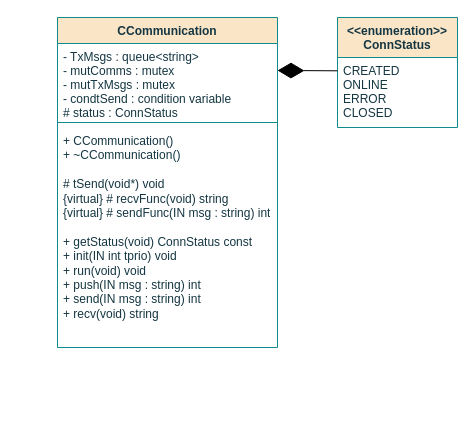
This is page "Class" (1 of 8) of documentation/flowcharts/02Classes/CCommunication.drawio from ESRGgroup9/slipad, a draw.io file, before an edit. Source tidied: cells renumbered, new cells numbered last; positions are measured from the earlier drawing's top-left corner, leaving out a move shared by most shapes. Both pictures are drawn from the tidied source at 100%, with x=0, y=0 at pixel (57, 17).
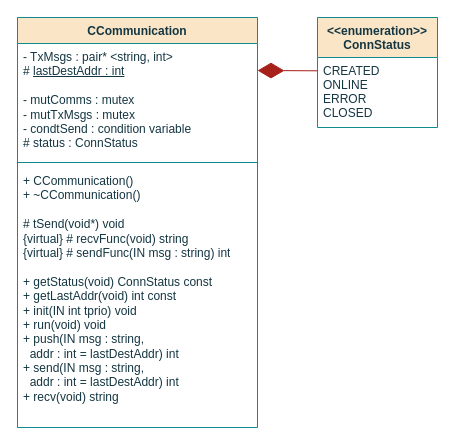
After the change.

What changed in the source:
```diff
@@
 <mxGraphModel>
   <root>
     <mxCell id="0" />
     <mxCell id="1" parent="0" />
     <mxCell id="2" value="CCommunication" style="swimlane;fontStyle=1;align=center;verticalAlign=top;horizontal=1;startSize=26;fillColor=#FAE5C7;strokeColor=#0F8B8D;fontColor=#143642;" parent="1" vertex="1">
-      <mxGeometry width="220" height="330" as="geometry" />
+      <mxGeometry x="-40" width="240" height="410" as="geometry" />
     </mxCell>
-    <mxCell id="3" value="- TxMsgs : queue&lt;string&gt;&#10;-  mutComms : mutex&#10;-  mutTxMsgs : mutex&#10;- condtSend : condition variable&#10;# status : ConnStatus&#10;&#10;&#10;&#10;&#10;&#10;&#10;" style="text;strokeColor=none;fillColor=none;align=left;verticalAlign=top;spacingLeft=4;spacingRight=4;overflow=hidden;fontColor=#143642;" parent="2" vertex="1">
-      <mxGeometry y="26" width="220" height="74" as="geometry" />
+    <mxCell id="3" value="- TxMsgs : pair* &amp;lt;string, int&amp;gt;&lt;br&gt;# &lt;u&gt;lastDestAddr : int&lt;/u&gt;&lt;br&gt;&lt;br&gt;-  mutComms : mutex&lt;br&gt;-  mutTxMsgs : mutex&lt;br&gt;- condtSend : condition variable&lt;br&gt;# status : ConnStatus&lt;br&gt;&lt;br&gt;&lt;br&gt;" style="text;strokeColor=none;fillColor=none;align=left;verticalAlign=top;spacingLeft=4;spacingRight=4;overflow=hidden;fontColor=#143642;html=1;" parent="2" vertex="1">
+      <mxGeometry y="26" width="240" height="114" as="geometry" />
     </mxCell>
     <mxCell id="4" style="line;strokeWidth=1;fillColor=none;align=left;verticalAlign=middle;spacingTop=-1;spacingLeft=3;spacingRight=3;labelPosition=right;labelBackgroundColor=#DAD2D8;strokeColor=#0F8B8D;fontColor=#143642;" parent="2" vertex="1">
-      <mxGeometry y="100" width="220" height="10" as="geometry" />
+      <mxGeometry y="140" width="240" height="10" as="geometry" />
     </mxCell>
-    <mxCell id="5" value="+ CCommunication()&lt;br&gt;+ ~CCommunication()&lt;br&gt;&lt;br&gt;# tSend(void*) void&lt;br&gt;{virtual} # recvFunc(void) string&lt;br&gt;{virtual} # sendFunc(IN msg : string) int&lt;br&gt;&lt;br&gt;+ getStatus(void) ConnStatus const&lt;br&gt;+ init(IN int tprio) void&lt;br&gt;+ run(void) void&lt;br&gt;+ push(IN msg : string) int&lt;br&gt;+ send(IN msg : string) int&lt;br&gt;+ recv(void) string" style="text;strokeColor=none;fillColor=none;align=left;verticalAlign=top;spacingLeft=4;spacingRight=4;overflow=hidden;fontColor=#143642;html=1;" parent="2" vertex="1">
-      <mxGeometry y="110" width="220" height="220" as="geometry" />
+    <mxCell id="5" value="+ CCommunication()&lt;br&gt;+ ~CCommunication()&lt;br&gt;&lt;br&gt;# tSend(void*) void&lt;br&gt;{virtual} # recvFunc(void) string&lt;br&gt;{virtual} # sendFunc(IN msg : string) int&lt;br&gt;&lt;br&gt;&lt;div&gt;+ getStatus(void) ConnStatus const&lt;/div&gt;&lt;div&gt;+ getLastAddr(void) int const&lt;br&gt;&lt;/div&gt;+ init(IN int tprio) void&lt;br&gt;+ run(void) void&lt;br&gt;&lt;div&gt;+ push(IN msg : string, &lt;br&gt;&lt;/div&gt;&lt;div&gt;&lt;span&gt; &lt;/span&gt;&lt;span&gt; &lt;/span&gt;&lt;span style=&quot;white-space: pre&quot;&gt; &lt;/span&gt;&lt;span style=&quot;white-space: pre&quot;&gt; &lt;/span&gt;addr : int = lastDestAddr) int&lt;/div&gt;&lt;div&gt;+ send(IN msg : string,&lt;/div&gt;&lt;div&gt;&lt;span&gt;&lt;/span&gt;&lt;span style=&quot;white-space: pre&quot;&gt; &lt;/span&gt;&lt;span style=&quot;white-space: pre&quot;&gt; &lt;/span&gt;addr : int = lastDestAddr) int&lt;/div&gt;+ recv(void) string" style="text;strokeColor=none;fillColor=none;align=left;verticalAlign=top;spacingLeft=4;spacingRight=4;overflow=hidden;fontColor=#143642;html=1;" parent="2" vertex="1">
+      <mxGeometry y="150" width="240" height="260" as="geometry" />
     </mxCell>
     <mxCell id="6" value="&lt;&lt;enumeration&gt;&gt;&#10;ConnStatus&#10;" style="swimlane;fontStyle=1;align=center;verticalAlign=top;horizontal=1;startSize=40;fillColor=#FAE5C7;strokeColor=#0F8B8D;fontColor=#143642;" parent="1" vertex="1">
-      <mxGeometry x="280" width="120" height="110" as="geometry" />
+      <mxGeometry x="260" width="120" height="110" as="geometry" />
     </mxCell>
     <mxCell id="7" value="CREATED&#10;ONLINE&#10;ERROR&#10;CLOSED&#10;" style="text;strokeColor=none;fillColor=none;align=left;verticalAlign=top;spacingLeft=4;spacingRight=4;overflow=hidden;points=[[0,0.5],[1,0.5]];portConstraint=eastwest;fontColor=#143642;" parent="6" vertex="1">
       <mxGeometry y="40" width="120" height="70" as="geometry" />
     </mxCell>
-    <mxCell id="8" style="endArrow=diamondThin;endFill=1;endSize=24;html=1;rounded=0;exitX=0.001;exitY=0.19;exitDx=0;exitDy=0;exitPerimeter=0;" parent="1" edge="1" source="7">
+    <mxCell id="8" style="endArrow=diamondThin;endFill=1;endSize=24;html=1;rounded=0;exitX=0.001;exitY=0.19;exitDx=0;exitDy=0;exitPerimeter=0;strokeColor=#A8201A;" parent="1" edge="1" source="7">
       <mxGeometry relative="1" as="geometry">
-        <mxPoint x="220" y="53" as="targetPoint" />
+        <mxPoint x="200" y="53" as="targetPoint" />
         <Array as="points">
-          <mxPoint x="220" y="53" />
+          <mxPoint x="200" y="53" />
         </Array>
       </mxGeometry>
     </mxCell>
   </root>
 </mxGraphModel>
```
